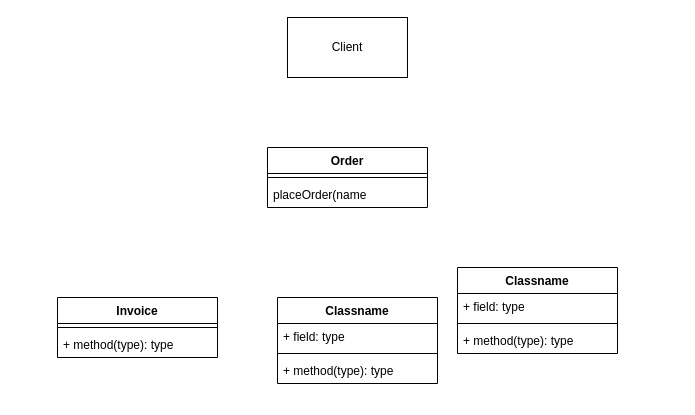
This is 04-デザインパターン/構造/Facade/クラス図.drawio from bamboo-house/Good-Code, a draw.io file, before an edit. Source tidied: cells renumbered, new cells numbered last; positions are measured from the earlier drawing's top-left corner, leaving out a move shared by most shapes. Both pictures are drawn from the tidied source at 100%, with x=0, y=0 at pixel (57, 17).
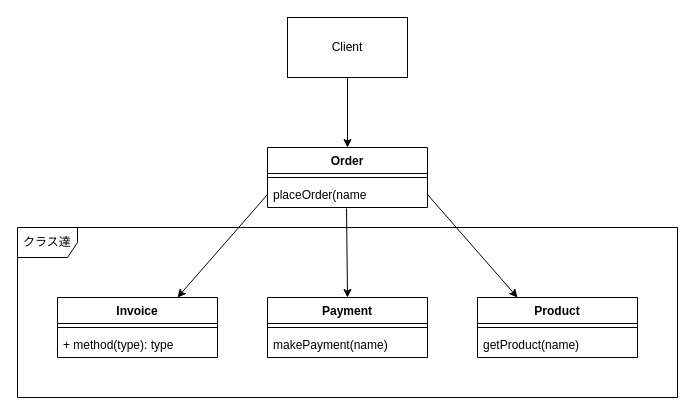
After the change.

Unchanged cells that the change refers to:
```xml
<mxCell id="2" value="Client" style="rounded=0;whiteSpace=wrap;html=1;" parent="1" vertex="1">
  <mxGeometry x="230" width="120" height="60" as="geometry" />
</mxCell>
<mxCell id="3" value="Order" style="swimlane;fontStyle=1;align=center;verticalAlign=top;horizontal=1;startSize=26;" parent="1" vertex="1">
  <mxGeometry x="210" y="130" width="160" height="60" as="geometry" />
</mxCell>
<mxCell id="5" value="placeOrder(name" style="text;strokeColor=none;fillColor=none;align=left;verticalAlign=top;spacingLeft=4;spacingRight=4;overflow=hidden;points=[[0,0.5],[1,0.5]];portConstraint=eastwest;" parent="3" vertex="1">
  <mxGeometry y="34" width="160" height="26" as="geometry" />
</mxCell>
<mxCell id="6" value="Invoice" style="swimlane;fontStyle=1;align=center;verticalAlign=top;horizontal=1;startSize=26;" parent="1" vertex="1">
  <mxGeometry y="280" width="160" height="60" as="geometry" />
</mxCell>
```

What changed in the source:
```diff
@@
+    <mxCell id="17" value="クラス達" style="shape=umlFrame;whiteSpace=wrap;html=1;" parent="1" vertex="1">
+      <mxGeometry x="-40" y="210" width="660" height="170" as="geometry" />
+    </mxCell>
+    <mxCell id="18" style="edgeStyle=none;html=1;exitX=0.5;exitY=1;exitDx=0;exitDy=0;entryX=0.5;entryY=0;entryDx=0;entryDy=0;" parent="1" edge="1" source="2" target="3">
+      <mxGeometry relative="1" as="geometry" />
+    </mxCell>
@@
-    <mxCell id="9" value="Classname" style="swimlane;fontStyle=1;align=center;verticalAlign=top;horizontal=1;startSize=26;" parent="1" vertex="1">
-      <mxGeometry x="400" y="250" width="160" height="86" as="geometry" />
+    <mxCell id="9" value="Product" style="swimlane;fontStyle=1;align=center;verticalAlign=top;horizontal=1;startSize=26;" parent="1" vertex="1">
+      <mxGeometry x="420" y="280" width="160" height="60" as="geometry" />
     </mxCell>
-    <mxCell id="10" value="+ field: type" style="text;strokeColor=none;fillColor=none;align=left;verticalAlign=top;spacingLeft=4;spacingRight=4;overflow=hidden;" parent="9" vertex="1">
-      <mxGeometry y="26" width="160" height="26" as="geometry" />
-    </mxCell>
     <mxCell id="11" style="line;strokeWidth=1;fillColor=none;align=left;verticalAlign=middle;spacingTop=-1;spacingLeft=3;spacingRight=3;labelPosition=right;strokeColor=inherit;" parent="9" vertex="1">
-      <mxGeometry y="52" width="160" height="8" as="geometry" />
+      <mxGeometry y="26" width="160" height="8" as="geometry" />
     </mxCell>
-    <mxCell id="12" value="+ method(type): type" style="text;strokeColor=none;fillColor=none;align=left;verticalAlign=top;spacingLeft=4;spacingRight=4;overflow=hidden;" parent="9" vertex="1">
-      <mxGeometry y="60" width="160" height="26" as="geometry" />
+    <mxCell id="12" value="getProduct(name)" style="text;strokeColor=none;fillColor=none;align=left;verticalAlign=top;spacingLeft=4;spacingRight=4;overflow=hidden;" parent="9" vertex="1">
+      <mxGeometry y="34" width="160" height="26" as="geometry" />
     </mxCell>
-    <mxCell id="13" value="Classname" style="swimlane;fontStyle=1;align=center;verticalAlign=top;horizontal=1;startSize=26;" parent="1" vertex="1">
-      <mxGeometry x="220" y="280" width="160" height="86" as="geometry" />
+    <mxCell id="13" value="Payment" style="swimlane;fontStyle=1;align=center;verticalAlign=top;horizontal=1;startSize=26;" parent="1" vertex="1">
+      <mxGeometry x="210" y="280" width="160" height="60" as="geometry" />
     </mxCell>
-    <mxCell id="14" value="+ field: type" style="text;strokeColor=none;fillColor=none;align=left;verticalAlign=top;spacingLeft=4;spacingRight=4;overflow=hidden;" parent="13" vertex="1">
-      <mxGeometry y="26" width="160" height="26" as="geometry" />
-    </mxCell>
     <mxCell id="15" style="line;strokeWidth=1;fillColor=none;align=left;verticalAlign=middle;spacingTop=-1;spacingLeft=3;spacingRight=3;labelPosition=right;strokeColor=inherit;" parent="13" vertex="1">
-      <mxGeometry y="52" width="160" height="8" as="geometry" />
+      <mxGeometry y="26" width="160" height="8" as="geometry" />
     </mxCell>
-    <mxCell id="16" value="+ method(type): type" style="text;strokeColor=none;fillColor=none;align=left;verticalAlign=top;spacingLeft=4;spacingRight=4;overflow=hidden;" parent="13" vertex="1">
-      <mxGeometry y="60" width="160" height="26" as="geometry" />
+    <mxCell id="16" value="makePayment(name)" style="text;strokeColor=none;fillColor=none;align=left;verticalAlign=top;spacingLeft=4;spacingRight=4;overflow=hidden;" parent="13" vertex="1">
+      <mxGeometry y="34" width="160" height="26" as="geometry" />
     </mxCell>
+    <mxCell id="19" style="edgeStyle=none;html=1;exitX=0;exitY=0.5;exitDx=0;exitDy=0;entryX=0.75;entryY=0;entryDx=0;entryDy=0;" parent="1" edge="1" source="5" target="6">
+      <mxGeometry relative="1" as="geometry" />
+    </mxCell>
+    <mxCell id="20" style="edgeStyle=none;html=1;exitX=1;exitY=0.5;exitDx=0;exitDy=0;entryX=0.25;entryY=0;entryDx=0;entryDy=0;" parent="1" edge="1">
+      <mxGeometry relative="1" as="geometry">
+        <mxPoint x="370" y="177" as="sourcePoint" />
+        <mxPoint x="460" y="280" as="targetPoint" />
+      </mxGeometry>
+    </mxCell>
+    <mxCell id="21" style="edgeStyle=none;html=1;exitX=0.494;exitY=1.038;exitDx=0;exitDy=0;entryX=0.5;entryY=0;entryDx=0;entryDy=0;exitPerimeter=0;" parent="1" edge="1" source="5" target="13">
+      <mxGeometry relative="1" as="geometry" />
+    </mxCell>
```
